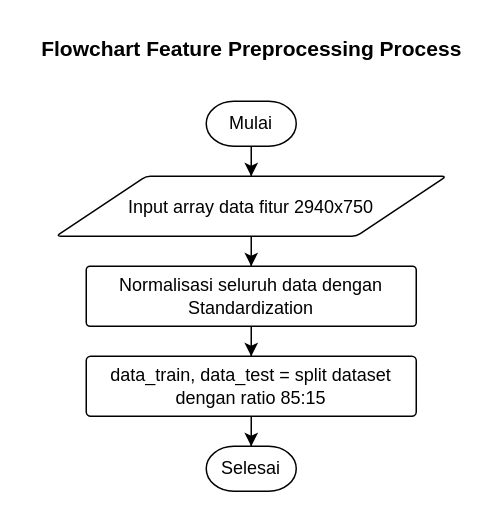
RTAgung/tugas-akhir keeps this draw.io diagram as page "Flowchart Feature Preprocessing" (10 of 11) of Tugas Akhir.drawio. Above is the earlier version. Source tidied: cells renumbered, new cells numbered last; positions are measured from the earlier drawing's top-left corner, leaving out a move shared by most shapes. Both pictures are drawn from the tidied source at 150%, with x=0, y=0 at pixel (26, 26).
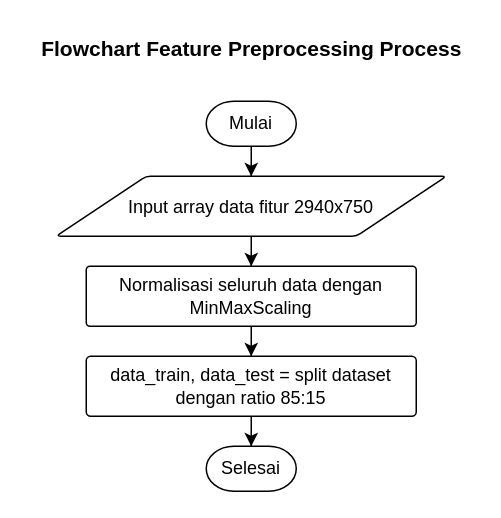
Above is the later version.

Diff of the diagram source:
```diff
@@
 <mxGraphModel>
   <root>
     <mxCell id="0" />
     <mxCell id="1" parent="0" />
     <mxCell id="2" style="edgeStyle=orthogonalEdgeStyle;rounded=0;jettySize=auto;html=1;fontSize=12;" parent="1" edge="1" source="3" target="10">
       <mxGeometry relative="1" as="geometry" />
     </mxCell>
     <mxCell id="3" value="Mulai" style="strokeWidth=1;html=1;shape=mxgraph.flowchart.terminator;whiteSpace=wrap;" parent="1" vertex="1">
       <mxGeometry x="120" y="50" width="60" height="30" as="geometry" />
     </mxCell>
     <mxCell id="4" value="Selesai" style="strokeWidth=1;html=1;shape=mxgraph.flowchart.terminator;whiteSpace=wrap;" parent="1" vertex="1">
       <mxGeometry x="120" y="280" width="60" height="30" as="geometry" />
     </mxCell>
     <mxCell id="5" style="edgeStyle=orthogonalEdgeStyle;rounded=0;jettySize=auto;html=1;entryX=0.5;entryY=0;entryDx=0;entryDy=0;fontSize=12;" parent="1" edge="1" source="6" target="8">
       <mxGeometry relative="1" as="geometry" />
     </mxCell>
-    <mxCell id="6" value="Normalisasi seluruh data dengan Standardization" style="rounded=1;whiteSpace=wrap;html=1;absoluteArcSize=1;arcSize=5;strokeWidth=1;" parent="1" vertex="1">
+    <mxCell id="6" value="Normalisasi seluruh data dengan MinMaxScaling" style="rounded=1;whiteSpace=wrap;html=1;absoluteArcSize=1;arcSize=5;strokeWidth=1;" parent="1" vertex="1">
       <mxGeometry x="40" y="160" width="220" height="40" as="geometry" />
     </mxCell>
     <mxCell id="7" style="edgeStyle=orthogonalEdgeStyle;rounded=0;jettySize=auto;html=1;entryX=0.5;entryY=0;entryDx=0;entryDy=0;entryPerimeter=0;fontSize=12;" parent="1" edge="1" source="8" target="4">
       <mxGeometry relative="1" as="geometry" />
     </mxCell>
     <mxCell id="8" value="data_train, data_test = split dataset dengan ratio 85:15" style="rounded=1;whiteSpace=wrap;html=1;absoluteArcSize=1;arcSize=6;strokeWidth=1;" parent="1" vertex="1">
       <mxGeometry x="40" y="220" width="220" height="40" as="geometry" />
     </mxCell>
     <mxCell id="9" style="edgeStyle=orthogonalEdgeStyle;rounded=0;jettySize=auto;html=1;entryX=0.5;entryY=0;entryDx=0;entryDy=0;fontSize=12;" parent="1" edge="1" source="10" target="6">
       <mxGeometry relative="1" as="geometry" />
     </mxCell>
     <mxCell id="10" value="&lt;font style=&quot;font-size: 12px;&quot;&gt;Input array data fitur 2940x750&lt;/font&gt;" style="shape=parallelogram;html=1;strokeWidth=1;perimeter=parallelogramPerimeter;whiteSpace=wrap;rounded=1;arcSize=6;size=0.23;fontSize=14;" parent="1" vertex="1">
       <mxGeometry x="20" y="100" width="260" height="40" as="geometry" />
     </mxCell>
     <mxCell id="11" value="&lt;font style=&quot;font-size: 14px;&quot;&gt;Flowchart Feature Preprocessing Process&lt;/font&gt;" style="text;html=1;align=center;verticalAlign=middle;strokeColor=none;fillColor=none;fontSize=12;fontStyle=1;" parent="1" vertex="1">
       <mxGeometry width="300" height="30" as="geometry" />
     </mxCell>
   </root>
 </mxGraphModel>
```
